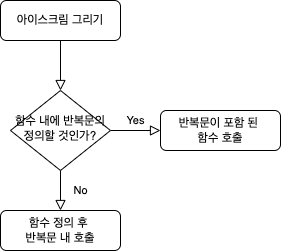
Above: week1_step2.png in yagom-academy/swift-starter-Round1 (draw.io), before the change. Source tidied: cells renumbered, new cells last; positions are measured from the earlier drawing's top-left corner, leaving out a move shared by most shapes. Source of this version:
```xml
<mxGraphModel>
  <root>
    <mxCell id="0" />
    <mxCell id="1" parent="0" />
    <mxCell id="2" style="rounded=0;html=1;jettySize=auto;fontSize=11;endArrow=block;endFill=0;endSize=8;strokeWidth=1;shadow=0;labelBackgroundColor=none;edgeStyle=orthogonalEdgeStyle;" parent="1" edge="1" source="3" target="6">
      <mxGeometry relative="1" as="geometry" />
    </mxCell>
    <mxCell id="3" value="아이스크림 그리기" style="rounded=1;whiteSpace=wrap;html=1;fontSize=12;glass=0;strokeWidth=1;shadow=0;" parent="1" vertex="1">
      <mxGeometry width="120" height="40" as="geometry" />
    </mxCell>
    <mxCell id="4" value="No" style="rounded=0;html=1;jettySize=auto;fontSize=11;endArrow=block;endFill=0;endSize=8;strokeWidth=1;shadow=0;labelBackgroundColor=none;edgeStyle=orthogonalEdgeStyle;" parent="1" edge="1" source="6">
      <mxGeometry y="20" relative="1" as="geometry">
        <mxPoint x="60" y="210" as="targetPoint" />
      </mxGeometry>
    </mxCell>
    <mxCell id="5" value="Yes" style="edgeStyle=orthogonalEdgeStyle;rounded=0;html=1;jettySize=auto;fontSize=11;endArrow=block;endFill=0;endSize=8;strokeWidth=1;shadow=0;labelBackgroundColor=none;" parent="1" edge="1" source="6" target="7">
      <mxGeometry y="10" relative="1" as="geometry" />
    </mxCell>
    <mxCell id="6" value="함수 내에 반복문의 정의할 것인가?" style="rhombus;whiteSpace=wrap;html=1;shadow=0;fontFamily=Helvetica;fontSize=12;align=center;strokeWidth=1;spacing=6;spacingTop=-4;" parent="1" vertex="1">
      <mxGeometry x="10" y="90" width="100" height="80" as="geometry" />
    </mxCell>
    <mxCell id="7" value="반복문이 포함 된 &lt;br&gt;함수 호출" style="rounded=1;whiteSpace=wrap;html=1;fontSize=12;glass=0;strokeWidth=1;shadow=0;" parent="1" vertex="1">
      <mxGeometry x="160" y="110" width="120" height="40" as="geometry" />
    </mxCell>
    <mxCell id="8" value="함수 정의 후 &lt;br&gt;반복문 내 호출" style="rounded=1;whiteSpace=wrap;html=1;fontSize=12;glass=0;strokeWidth=1;shadow=0;" parent="1" vertex="1">
      <mxGeometry y="210" width="120" height="40" as="geometry" />
    </mxCell>
  </root>
</mxGraphModel>
```
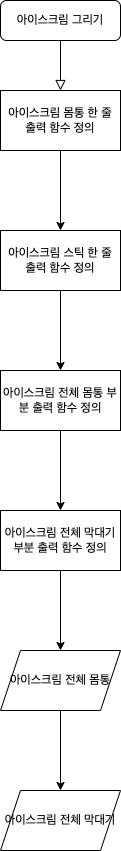
The same diagram one commit later.

Commit message:
docs: 아이스크림 그리기 함수 수정

Diff of the diagram source:
```diff
@@ -2,28 +2,46 @@
   <root>
     <mxCell id="0" />
     <mxCell id="1" parent="0" />
-    <mxCell id="2" style="rounded=0;html=1;jettySize=auto;fontSize=11;endArrow=block;endFill=0;endSize=8;strokeWidth=1;shadow=0;labelBackgroundColor=none;edgeStyle=orthogonalEdgeStyle;" parent="1" edge="1" source="3" target="6">
-      <mxGeometry relative="1" as="geometry" />
+    <mxCell id="2" style="rounded=0;html=1;jettySize=auto;fontSize=11;endArrow=block;endFill=0;endSize=8;strokeWidth=1;shadow=0;labelBackgroundColor=none;edgeStyle=orthogonalEdgeStyle;" parent="1" edge="1" source="3">
+      <mxGeometry relative="1" as="geometry">
+        <mxPoint x="60" y="90" as="targetPoint" />
+      </mxGeometry>
     </mxCell>
     <mxCell id="3" value="아이스크림 그리기" style="rounded=1;whiteSpace=wrap;html=1;fontSize=12;glass=0;strokeWidth=1;shadow=0;" parent="1" vertex="1">
       <mxGeometry width="120" height="40" as="geometry" />
     </mxCell>
-    <mxCell id="4" value="No" style="rounded=0;html=1;jettySize=auto;fontSize=11;endArrow=block;endFill=0;endSize=8;strokeWidth=1;shadow=0;labelBackgroundColor=none;edgeStyle=orthogonalEdgeStyle;" parent="1" edge="1" source="6">
-      <mxGeometry y="20" relative="1" as="geometry">
-        <mxPoint x="60" y="210" as="targetPoint" />
-      </mxGeometry>
-    </mxCell>
-    <mxCell id="5" value="Yes" style="edgeStyle=orthogonalEdgeStyle;rounded=0;html=1;jettySize=auto;fontSize=11;endArrow=block;endFill=0;endSize=8;strokeWidth=1;shadow=0;labelBackgroundColor=none;" parent="1" edge="1" source="6" target="7">
-      <mxGeometry y="10" relative="1" as="geometry" />
-    </mxCell>
-    <mxCell id="6" value="함수 내에 반복문의 정의할 것인가?" style="rhombus;whiteSpace=wrap;html=1;shadow=0;fontFamily=Helvetica;fontSize=12;align=center;strokeWidth=1;spacing=6;spacingTop=-4;" parent="1" vertex="1">
-      <mxGeometry x="10" y="90" width="100" height="80" as="geometry" />
-    </mxCell>
-    <mxCell id="7" value="반복문이 포함 된 &lt;br&gt;함수 호출" style="rounded=1;whiteSpace=wrap;html=1;fontSize=12;glass=0;strokeWidth=1;shadow=0;" parent="1" vertex="1">
-      <mxGeometry x="160" y="110" width="120" height="40" as="geometry" />
-    </mxCell>
-    <mxCell id="8" value="함수 정의 후 &lt;br&gt;반복문 내 호출" style="rounded=1;whiteSpace=wrap;html=1;fontSize=12;glass=0;strokeWidth=1;shadow=0;" parent="1" vertex="1">
-      <mxGeometry y="210" width="120" height="40" as="geometry" />
-    </mxCell>
+    <mxCell id="9" style="edgeStyle=orthogonalEdgeStyle;rounded=0;jettySize=auto;html=1;" parent="1" edge="1" source="10" target="12">
+      <mxGeometry relative="1" as="geometry" />
+    </mxCell>
+    <mxCell id="10" value="아이스크림 몸통 한 줄&lt;br&gt;출력 함수 정의" style="rounded=0;whiteSpace=wrap;html=1;" parent="1" vertex="1">
+      <mxGeometry y="90" width="120" height="60" as="geometry" />
+    </mxCell>
+    <mxCell id="11" style="edgeStyle=orthogonalEdgeStyle;rounded=0;jettySize=auto;html=1;" parent="1" edge="1" source="12" target="14">
+      <mxGeometry relative="1" as="geometry" />
+    </mxCell>
+    <mxCell id="12" value="아이스크림 스틱 한 줄&lt;br&gt;출력 함수 정의" style="whiteSpace=wrap;html=1;rounded=0;" parent="1" vertex="1">
+      <mxGeometry y="230" width="120" height="60" as="geometry" />
+    </mxCell>
+    <mxCell id="13" style="edgeStyle=orthogonalEdgeStyle;rounded=0;jettySize=auto;html=1;" parent="1" edge="1" source="14" target="16">
+      <mxGeometry relative="1" as="geometry" />
+    </mxCell>
+    <mxCell id="14" value="아이스크림 전체 몸통 부분 출력 함수 정의" style="whiteSpace=wrap;html=1;rounded=0;" parent="1" vertex="1">
+      <mxGeometry y="370" width="120" height="60" as="geometry" />
+    </mxCell>
+    <mxCell id="15" style="edgeStyle=orthogonalEdgeStyle;rounded=0;jettySize=auto;html=1;" parent="1" edge="1" source="16" target="18">
+      <mxGeometry relative="1" as="geometry" />
+    </mxCell>
+    <mxCell id="16" value="아이스크림 전체 막대기 부분 출력 함수 정의" style="whiteSpace=wrap;html=1;rounded=0;" parent="1" vertex="1">
+      <mxGeometry y="510" width="120" height="60" as="geometry" />
+    </mxCell>
+    <mxCell id="17" style="edgeStyle=orthogonalEdgeStyle;rounded=0;jettySize=auto;html=1;" parent="1" edge="1" source="18" target="19">
+      <mxGeometry relative="1" as="geometry" />
+    </mxCell>
+    <mxCell id="18" value="아이스크림 전체 몸통" style="shape=parallelogram;perimeter=parallelogramPerimeter;whiteSpace=wrap;html=1;fixedSize=1;rounded=0;" parent="1" vertex="1">
+      <mxGeometry y="650" width="120" height="60" as="geometry" />
+    </mxCell>
+    <mxCell id="19" value="아이스크림 전체 막대기" style="shape=parallelogram;perimeter=parallelogramPerimeter;whiteSpace=wrap;html=1;fixedSize=1;rounded=0;" parent="1" vertex="1">
+      <mxGeometry y="790" width="120" height="60" as="geometry" />
+    </mxCell>
   </root>
 </mxGraphModel>
```
